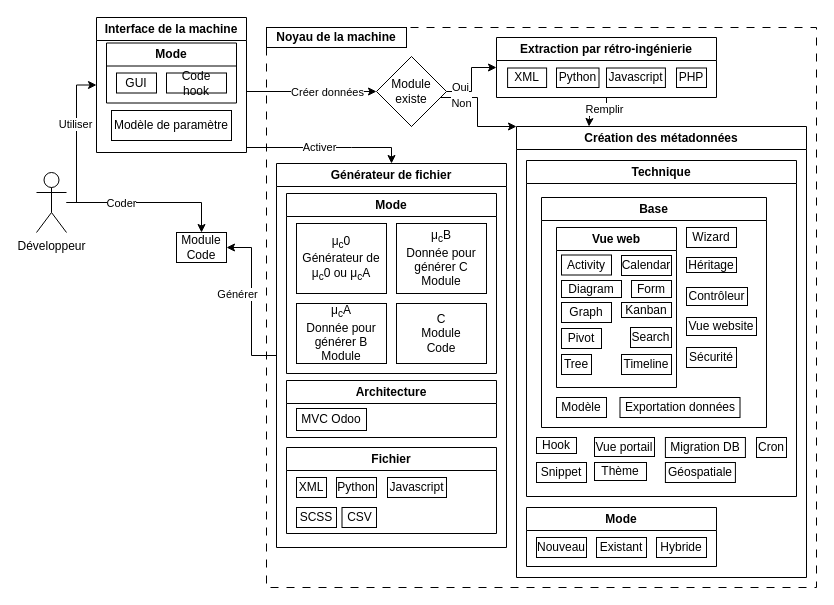
This is diagramme/architecture_machine.drawio from mathben/memoire_generateur_code_2023, a draw.io file, before an edit. Source tidied: cells renumbered, new cells numbered last; positions are measured from the earlier drawing's top-left corner, leaving out a move shared by most shapes. Both pictures are drawn from the tidied source at 100%, with x=0, y=0 at pixel (36, 17).
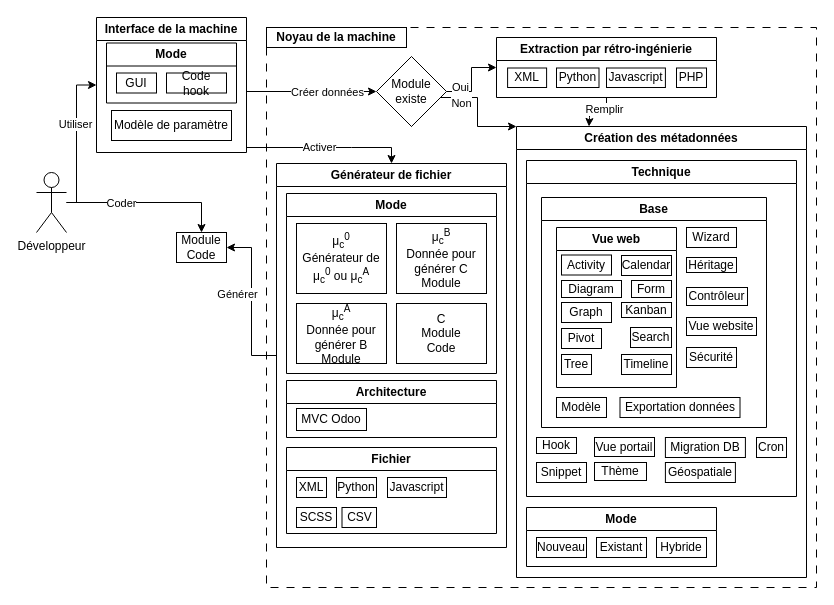
Above is the later version.

Commit message (it also covers changes not shown here):
[UPD] subscript graph

Unchanged cells that the change refers to:
```xml
<mxCell id="29" value="Mode" style="swimlane;whiteSpace=wrap;html=1;" parent="28" vertex="1">
  <mxGeometry x="10" y="30" width="210" height="180" as="geometry" />
</mxCell>
```

The edit, as a diff of the source:
```diff
@@
-    <mxCell id="31" value="&lt;div&gt;μ&lt;sub&gt;c&lt;/sub&gt;0&lt;/div&gt;&lt;div&gt;Générateur de μ&lt;sub&gt;c&lt;/sub&gt;0 ou μ&lt;sub&gt;c&lt;/sub&gt;A&lt;/div&gt;" style="rounded=0;whiteSpace=wrap;html=1;" parent="29" vertex="1">
+    <mxCell id="31" value="&lt;div&gt;μ&lt;sub&gt;c&lt;/sub&gt;&lt;sup&gt;0&lt;/sup&gt;&lt;/div&gt;&lt;div&gt;Générateur de μ&lt;sub&gt;c&lt;/sub&gt;&lt;sup&gt;0&lt;/sup&gt; ou μ&lt;sub&gt;c&lt;/sub&gt;&lt;sup&gt;A&lt;/sup&gt;&lt;/div&gt;" style="rounded=0;whiteSpace=wrap;html=1;" parent="29" vertex="1">
       <mxGeometry x="10" y="30" width="90" height="70" as="geometry" />
     </mxCell>
-    <mxCell id="32" value="&lt;div&gt;μ&lt;sub&gt;c&lt;/sub&gt;A&lt;/div&gt;&lt;div&gt;Donnée pour générer B&lt;/div&gt;&lt;div&gt;Module&lt;br&gt;&lt;/div&gt;" style="rounded=0;whiteSpace=wrap;html=1;" parent="29" vertex="1">
+    <mxCell id="32" value="&lt;div&gt;μ&lt;sub&gt;c&lt;/sub&gt;&lt;sup&gt;A&lt;/sup&gt;&lt;/div&gt;&lt;div&gt;Donnée pour générer B&lt;/div&gt;&lt;div&gt;Module&lt;br&gt;&lt;/div&gt;" style="rounded=0;whiteSpace=wrap;html=1;spacingTop=2;" parent="29" vertex="1">
       <mxGeometry x="10" y="110" width="90" height="60" as="geometry" />
     </mxCell>
-    <mxCell id="33" value="&lt;div&gt;μ&lt;sub&gt;c&lt;/sub&gt;B&lt;/div&gt;&lt;div&gt;Donnée pour générer C&lt;br&gt;&lt;/div&gt;&lt;div&gt;Module&lt;br&gt;&lt;/div&gt;" style="rounded=0;whiteSpace=wrap;html=1;" parent="29" vertex="1">
+    <mxCell id="33" value="&lt;div&gt;μ&lt;sub&gt;c&lt;/sub&gt;&lt;sup&gt;B&lt;/sup&gt;&lt;/div&gt;&lt;div&gt;Donnée pour générer C&lt;br&gt;&lt;/div&gt;&lt;div&gt;Module&lt;br&gt;&lt;/div&gt;" style="rounded=0;whiteSpace=wrap;html=1;" parent="29" vertex="1">
       <mxGeometry x="110" y="30" width="90" height="70" as="geometry" />
     </mxCell>
```
